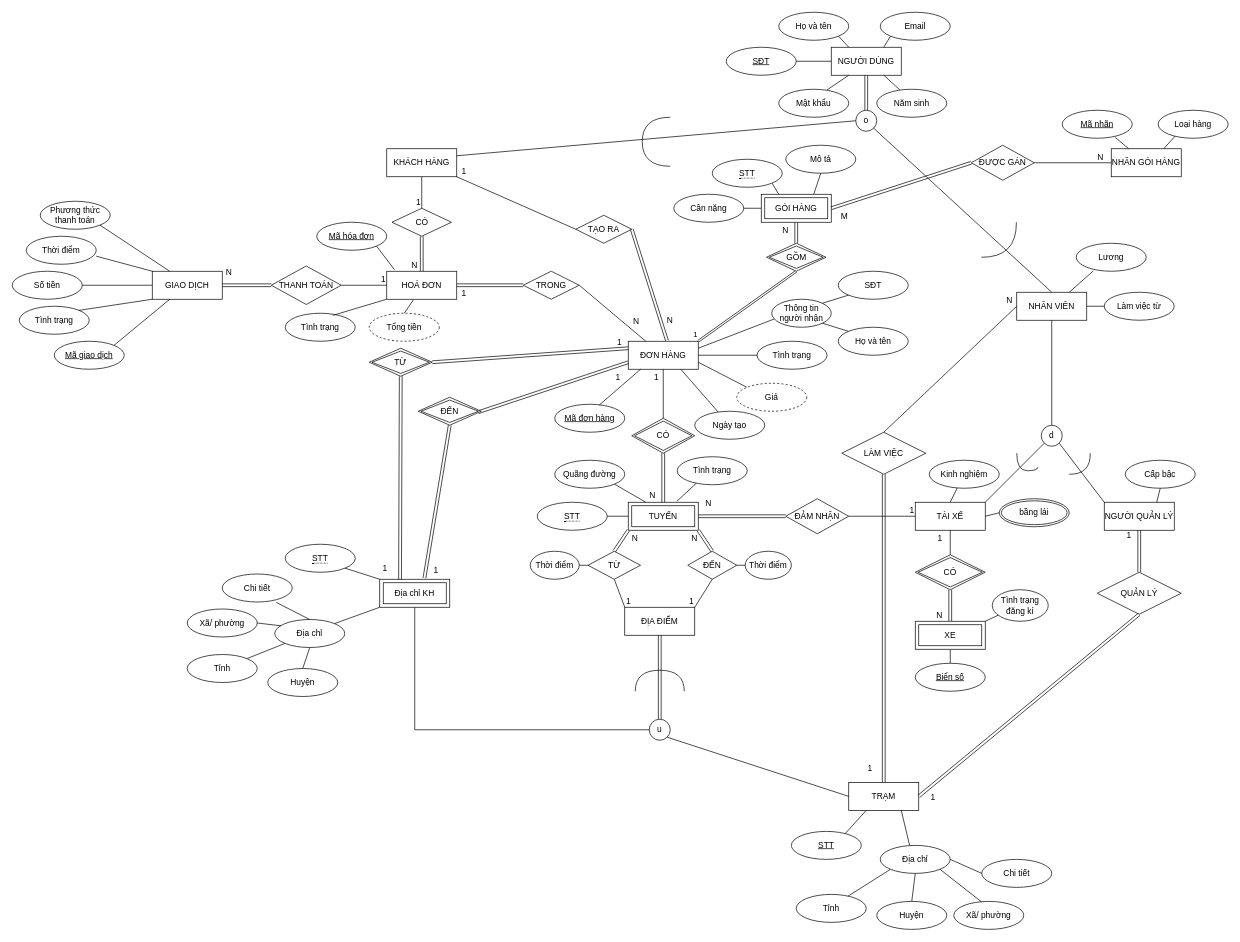
Earlier version of the draw.io diagram db-assignment.drawio (blueonline07/auth-demo). Source tidied: cells renumbered, new cells numbered last; positions are measured from the earlier drawing's top-left corner, leaving out a move shared by most shapes. Both pictures are drawn from the tidied source at 70%, with x=0, y=0 at pixel (12, 12).
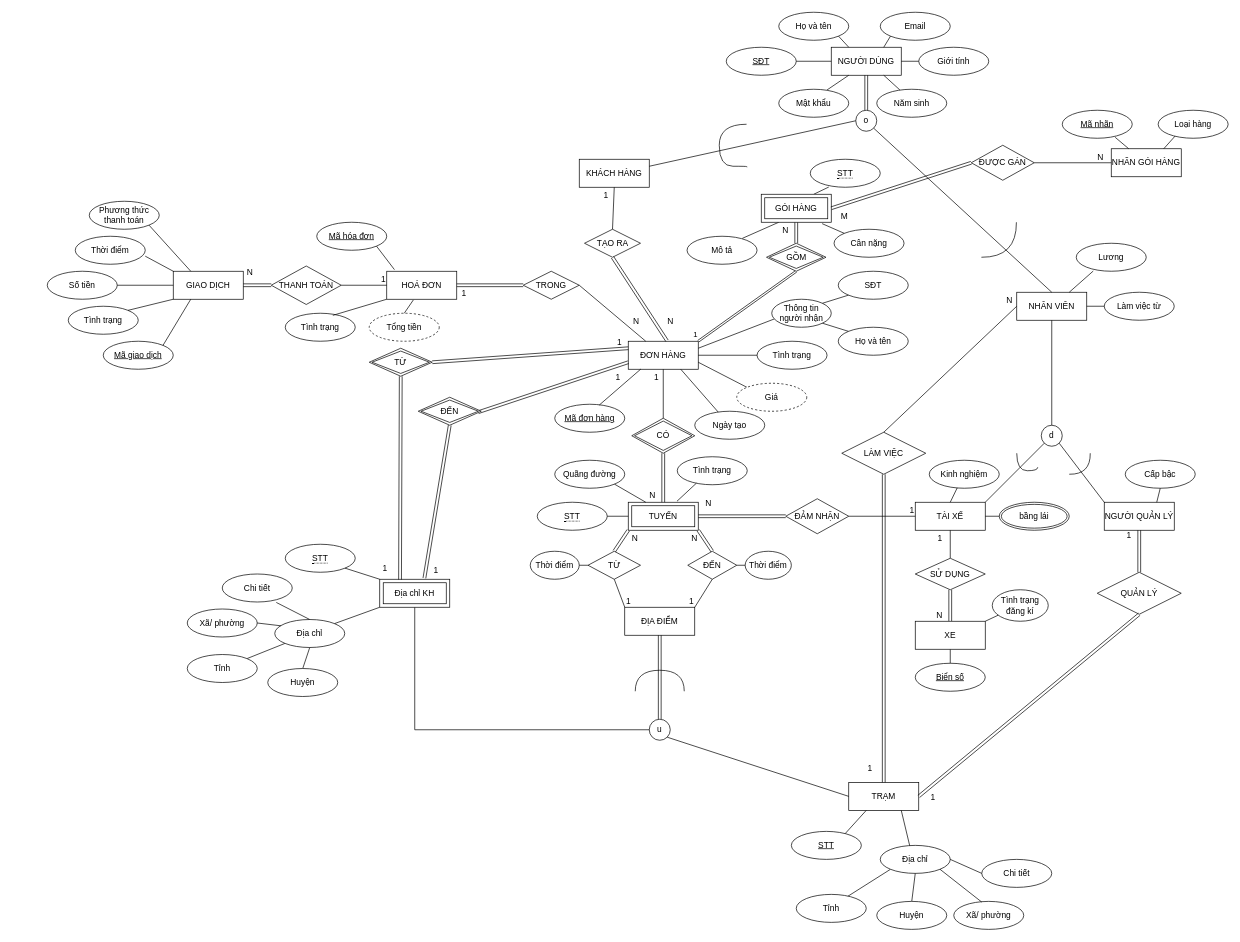
The same page after the edit.

Commit message:
Cập nhật db-assignment.drawio

Unchanged cells that the change refers to:
```xml
<mxCell id="2" value="NGƯỜI DÙNG" style="whiteSpace=wrap;html=1;align=center;" parent="1" vertex="1">
  <mxGeometry x="1170" y="50" width="100" height="40" as="geometry" />
</mxCell>
<mxCell id="6" value="TÀI XẾ" style="whiteSpace=wrap;html=1;align=center;" parent="1" vertex="1">
  <mxGeometry x="1290" y="700" width="100" height="40" as="geometry" />
</mxCell>
<mxCell id="7" value="ĐƠN HÀNG" style="whiteSpace=wrap;html=1;align=center;" parent="1" vertex="1">
  <mxGeometry x="880" y="470" width="100" height="40" as="geometry" />
</mxCell>
<mxCell id="11" value="HOÁ ĐƠN" style="whiteSpace=wrap;html=1;align=center;" parent="1" vertex="1">
  <mxGeometry x="535" y="370" width="100" height="40" as="geometry" />
</mxCell>
<mxCell id="112" value="GÓI HÀNG" style="shape=ext;margin=3;double=1;whiteSpace=wrap;html=1;align=center;" parent="1" vertex="1">
  <mxGeometry x="1070" y="260" width="100" height="40" as="geometry" />
</mxCell>
```

What changed in the source:
```diff
@@
     <mxCell id="3" value="KHÁCH HÀNG" style="whiteSpace=wrap;html=1;align=center;" parent="1" vertex="1">
-      <mxGeometry x="535" y="195" width="100" height="40" as="geometry" />
+      <mxGeometry x="810" y="210" width="100" height="40" as="geometry" />
     </mxCell>
@@
-    <mxCell id="33" value="CÓ" style="shape=rhombus;perimeter=rhombusPerimeter;whiteSpace=wrap;html=1;align=center;" parent="1" vertex="1">
-      <mxGeometry x="542.5" y="280" width="85" height="40" as="geometry" />
-    </mxCell>
-    <mxCell id="34" style="endArrow=none;html=1;rounded=0;entryX=0.5;entryY=0;entryDx=0;entryDy=0;exitX=0.5;exitY=1;exitDx=0;exitDy=0;" parent="1" edge="1" source="3" target="33">
-      <mxGeometry relative="1" as="geometry" />
-    </mxCell>
-    <mxCell id="35" value="1" style="html=1;whiteSpace=wrap;align=right;verticalAlign=bottom;" parent="34" vertex="1">
-      <mxGeometry x="1" relative="1" as="geometry" />
-    </mxCell>
-    <mxCell id="36" style="shape=link;html=1;rounded=0;entryX=0.5;entryY=0;entryDx=0;entryDy=0;exitX=0.5;exitY=1;exitDx=0;exitDy=0;" parent="1" edge="1" source="33" target="11">
-      <mxGeometry relative="1" as="geometry" />
-    </mxCell>
-    <mxCell id="37" value="N" style="html=1;whiteSpace=wrap;align=right;verticalAlign=bottom;" parent="36" vertex="1">
-      <mxGeometry x="1" relative="1" as="geometry">
-        <mxPoint x="-5" as="offset" />
-      </mxGeometry>
-    </mxCell>
@@
-    <mxCell id="47" style="endArrow=none;html=1;rounded=0;entryX=0.5;entryY=1;entryDx=0;entryDy=0;exitX=0.5;exitY=0;exitDx=0;exitDy=0;" parent="1" edge="1" source="194" target="6">
+    <mxCell id="47" style="endArrow=none;html=1;rounded=0;entryX=0.5;entryY=1;entryDx=0;entryDy=0;exitX=0.5;exitY=0;exitDx=0;exitDy=0;" parent="1" edge="1" source="209" target="6">
       <mxGeometry relative="1" as="geometry" />
     </mxCell>
@@
-    <mxCell id="49" style="shape=link;html=1;rounded=0;entryX=0.5;entryY=0;entryDx=0;entryDy=0;exitX=0.5;exitY=1;exitDx=0;exitDy=0;" parent="1" edge="1" source="194" target="195">
+    <mxCell id="49" style="shape=link;html=1;rounded=0;entryX=0.5;entryY=0;entryDx=0;entryDy=0;exitX=0.5;exitY=1;exitDx=0;exitDy=0;" parent="1" edge="1" source="209" target="195">
       <mxGeometry relative="1" as="geometry" />
     </mxCell>
@@
     <mxCell id="78" value="bầng lái" style="ellipse;shape=doubleEllipse;margin=3;whiteSpace=wrap;html=1;align=center;" parent="1" vertex="1">
-      <mxGeometry x="1410" y="695" width="100" height="40" as="geometry" />
+      <mxGeometry x="1410" y="700" width="100" height="40" as="geometry" />
     </mxCell>
@@
     <mxCell id="95" value="Cân nặng" style="ellipse;whiteSpace=wrap;html=1;align=center;" parent="1" vertex="1">
-      <mxGeometry x="945" y="260" width="100" height="40" as="geometry" />
+      <mxGeometry x="1174" y="310" width="100" height="40" as="geometry" />
     </mxCell>
-    <mxCell id="96" style="endArrow=none;html=1;rounded=0;exitX=1;exitY=0.5;exitDx=0;exitDy=0;entryX=0;entryY=0.5;entryDx=0;entryDy=0;" parent="1" edge="1" source="95" target="112">
+    <mxCell id="96" style="endArrow=none;html=1;rounded=0;exitX=0;exitY=0;exitDx=0;exitDy=0;entryX=0.87;entryY=1.05;entryDx=0;entryDy=0;entryPerimeter=0;" parent="1" edge="1" source="95" target="112">
       <mxGeometry relative="1" as="geometry" />
     </mxCell>
-    <mxCell id="97" style="endArrow=none;html=1;rounded=0;entryX=0.25;entryY=0;entryDx=0;entryDy=0;exitX=1;exitY=1;exitDx=0;exitDy=0;" parent="1" edge="1" source="113" target="112">
+    <mxCell id="97" style="endArrow=none;html=1;rounded=0;entryX=0.75;entryY=0;entryDx=0;entryDy=0;exitX=0.265;exitY=0.992;exitDx=0;exitDy=0;exitPerimeter=0;" parent="1" edge="1" source="113" target="112">
       <mxGeometry relative="1" as="geometry" />
     </mxCell>
     <mxCell id="98" value="Mô tả" style="ellipse;whiteSpace=wrap;html=1;align=center;" parent="1" vertex="1">
-      <mxGeometry x="1105" y="190" width="100" height="40" as="geometry" />
+      <mxGeometry x="964" y="320" width="100" height="40" as="geometry" />
     </mxCell>
-    <mxCell id="99" style="endArrow=none;html=1;rounded=0;exitX=0.5;exitY=1;exitDx=0;exitDy=0;entryX=0.75;entryY=0;entryDx=0;entryDy=0;" parent="1" edge="1" source="98" target="112">
+    <mxCell id="99" style="endArrow=none;html=1;rounded=0;exitX=0.79;exitY=0.075;exitDx=0;exitDy=0;entryX=0.25;entryY=1;entryDx=0;entryDy=0;exitPerimeter=0;" parent="1" edge="1" source="98" target="112">
       <mxGeometry relative="1" as="geometry" />
     </mxCell>
@@
-    <mxCell id="106" style="endArrow=none;html=1;rounded=0;edgeStyle=orthogonalEdgeStyle;curved=1;" parent="1" edge="1">
-      <mxGeometry relative="1" as="geometry">
-        <mxPoint x="940" y="220" as="sourcePoint" />
-        <mxPoint x="940" y="150" as="targetPoint" />
-        <Array as="points">
-          <mxPoint x="940" y="220" />
-          <mxPoint x="900" y="220" />
-          <mxPoint x="900" y="150" />
-        </Array>
-      </mxGeometry>
-    </mxCell>
@@
     <mxCell id="113" value="&lt;span style=&quot;border-bottom: 1px dotted&quot;&gt;STT&lt;/span&gt;" style="ellipse;whiteSpace=wrap;html=1;align=center;" parent="1" vertex="1">
-      <mxGeometry x="1000" y="210" width="100" height="40" as="geometry" />
+      <mxGeometry x="1140" y="210" width="100" height="40" as="geometry" />
     </mxCell>
@@
     <mxCell id="154" value="GIAO DỊCH" style="whiteSpace=wrap;html=1;align=center;" parent="1" vertex="1">
-      <mxGeometry x="200" y="370" width="100" height="40" as="geometry" />
+      <mxGeometry x="230" y="370" width="100" height="40" as="geometry" />
     </mxCell>
     <mxCell id="155" value="Tình trạng" style="ellipse;whiteSpace=wrap;html=1;align=center;" parent="1" vertex="1">
-      <mxGeometry x="10" y="420" width="100" height="40" as="geometry" />
+      <mxGeometry x="80" y="420" width="100" height="40" as="geometry" />
     </mxCell>
     <mxCell id="156" value="Số tiền" style="ellipse;whiteSpace=wrap;html=1;align=center;" parent="1" vertex="1">
-      <mxGeometry y="370" width="100" height="40" as="geometry" />
+      <mxGeometry x="50" y="370" width="100" height="40" as="geometry" />
     </mxCell>
     <mxCell id="157" value="Thời điểm" style="ellipse;whiteSpace=wrap;html=1;align=center;" parent="1" vertex="1">
-      <mxGeometry x="20" y="320" width="100" height="40" as="geometry" />
+      <mxGeometry x="90" y="320" width="100" height="40" as="geometry" />
     </mxCell>
@@
     <mxCell id="174" value="Mã giao dịch" style="ellipse;whiteSpace=wrap;html=1;align=center;fontStyle=4;" parent="1" vertex="1">
-      <mxGeometry x="60" y="470" width="100" height="40" as="geometry" />
+      <mxGeometry x="130" y="470" width="100" height="40" as="geometry" />
     </mxCell>
@@
     <mxCell id="178" value="Phương thức thanh toán" style="ellipse;whiteSpace=wrap;html=1;align=center;" parent="1" vertex="1">
-      <mxGeometry x="40" y="270" width="100" height="40" as="geometry" />
+      <mxGeometry x="110" y="270" width="100" height="40" as="geometry" />
     </mxCell>
@@
     <mxCell id="185" value="TẠO RA" style="shape=rhombus;perimeter=rhombusPerimeter;whiteSpace=wrap;html=1;align=center;" parent="1" vertex="1">
-      <mxGeometry x="805" y="290" width="80" height="40" as="geometry" />
+      <mxGeometry x="817.5" y="310" width="80" height="40" as="geometry" />
     </mxCell>
-    <mxCell id="186" style="endArrow=none;html=1;rounded=0;entryX=1;entryY=1;entryDx=0;entryDy=0;exitX=0;exitY=0.5;exitDx=0;exitDy=0;" parent="1" edge="1" source="185" target="3">
+    <mxCell id="186" style="endArrow=none;html=1;rounded=0;entryX=0.5;entryY=1;entryDx=0;entryDy=0;exitX=0.5;exitY=0;exitDx=0;exitDy=0;" parent="1" edge="1" source="185" target="3">
       <mxGeometry relative="1" as="geometry" />
     </mxCell>
     <mxCell id="187" value="1" style="html=1;whiteSpace=wrap;align=right;verticalAlign=bottom;" parent="186" vertex="1">
       <mxGeometry x="1" relative="1" as="geometry">
-        <mxPoint x="15" as="offset" />
+        <mxPoint x="-7" y="20" as="offset" />
       </mxGeometry>
     </mxCell>
-    <mxCell id="188" style="shape=link;html=1;rounded=0;entryX=0.554;entryY=-0.016;entryDx=0;entryDy=0;exitX=1;exitY=0.5;exitDx=0;exitDy=0;entryPerimeter=0;" parent="1" edge="1" source="185" target="7">
+    <mxCell id="188" style="shape=link;html=1;rounded=0;entryX=0.554;entryY=-0.016;entryDx=0;entryDy=0;exitX=0.5;exitY=1;exitDx=0;exitDy=0;entryPerimeter=0;" parent="1" edge="1" source="185" target="7">
       <mxGeometry relative="1" as="geometry" />
     </mxCell>
@@
-    <mxCell id="194" value="CÓ" style="shape=rhombus;double=1;perimeter=rhombusPerimeter;whiteSpace=wrap;html=1;align=center;" parent="1" vertex="1">
-      <mxGeometry x="1290" y="775" width="100" height="50" as="geometry" />
-    </mxCell>
-    <mxCell id="195" value="XE" style="shape=ext;margin=3;double=1;whiteSpace=wrap;html=1;align=center;" parent="1" vertex="1">
-      <mxGeometry x="1290" y="870" width="100" height="40" as="geometry" />
-    </mxCell>
@@
+    <mxCell id="209" value="SỬ DỤNG" style="shape=rhombus;perimeter=rhombusPerimeter;whiteSpace=wrap;html=1;align=center;" parent="1" vertex="1">
+      <mxGeometry x="1290" y="780" width="100" height="45" as="geometry" />
+    </mxCell>
+    <mxCell id="195" value="XE" style="whiteSpace=wrap;html=1;align=center;" parent="1" vertex="1">
+      <mxGeometry x="1290" y="870" width="100" height="40" as="geometry" />
+    </mxCell>
+    <mxCell id="210" value="Giới tính" style="ellipse;whiteSpace=wrap;html=1;align=center;" parent="1" vertex="1">
+      <mxGeometry x="1295" y="50" width="100" height="40" as="geometry" />
+    </mxCell>
+    <mxCell id="211" style="endArrow=none;html=1;rounded=0;entryX=0;entryY=0.5;entryDx=0;entryDy=0;exitX=1;exitY=0.5;exitDx=0;exitDy=0;" parent="1" edge="1" source="2" target="210">
+      <mxGeometry relative="1" as="geometry" />
+    </mxCell>
+    <mxCell id="212" style="endArrow=none;html=1;rounded=0;edgeStyle=orthogonalEdgeStyle;curved=1;" parent="1" edge="1">
+      <mxGeometry relative="1" as="geometry">
+        <mxPoint x="1050" y="221" as="sourcePoint" />
+        <mxPoint x="1049" y="160" as="targetPoint" />
+        <Array as="points">
+          <mxPoint x="1049" y="221" />
+          <mxPoint x="1010" y="220" />
+          <mxPoint x="1010" y="160" />
+        </Array>
+      </mxGeometry>
+    </mxCell>
```
